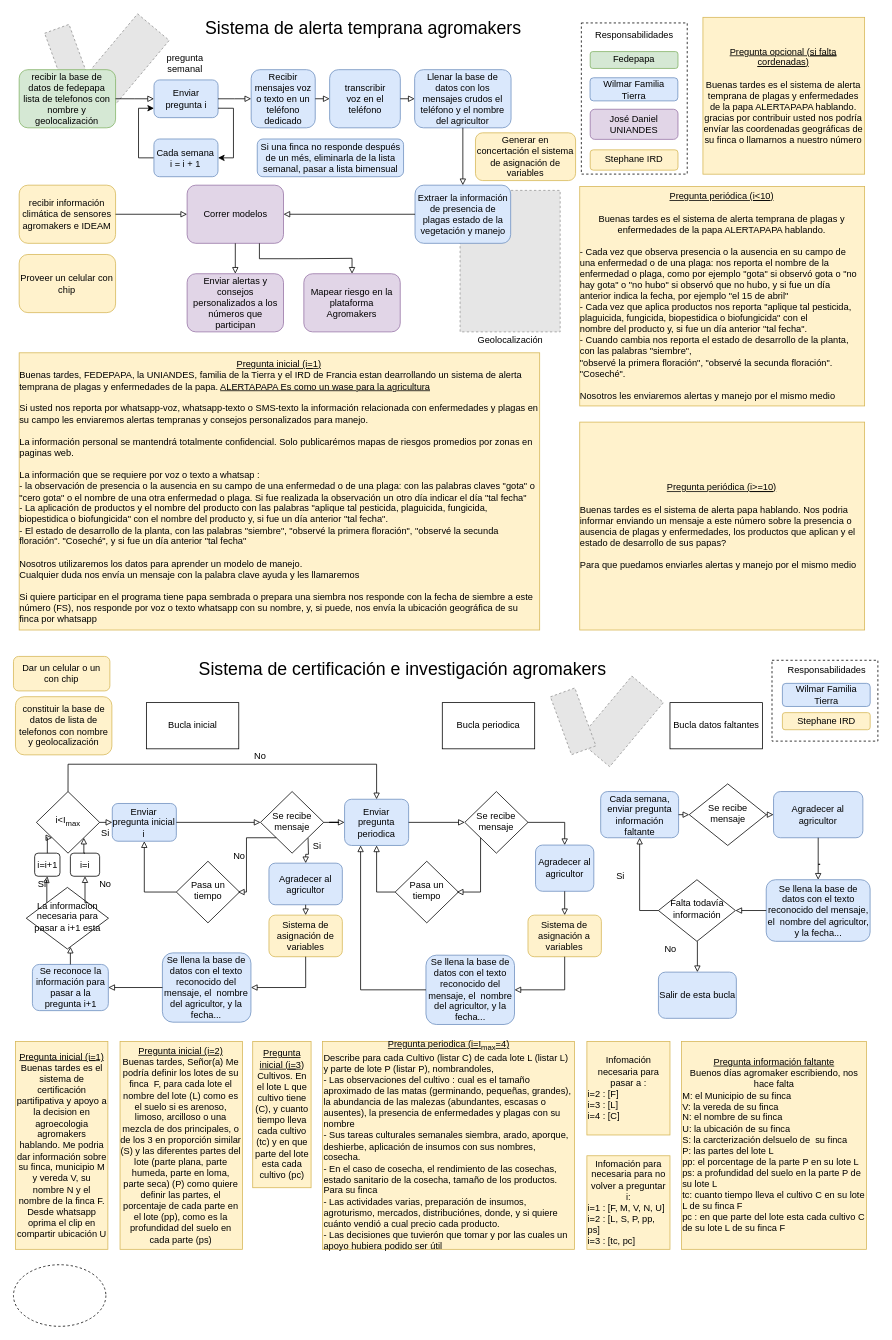
This is AgromakersVoz.drawio from stdupas/agromakersPorVoz, a draw.io file, before an edit. Source tidied: cells renumbered, new cells numbered last; positions are measured from the earlier drawing's top-left corner, leaving out a move shared by most shapes. Both pictures are drawn from the tidied source at 77%, with x=0, y=0 at pixel (13, 17). Pictures stored in the file or linked from it are replaced by grey dashed boxes.
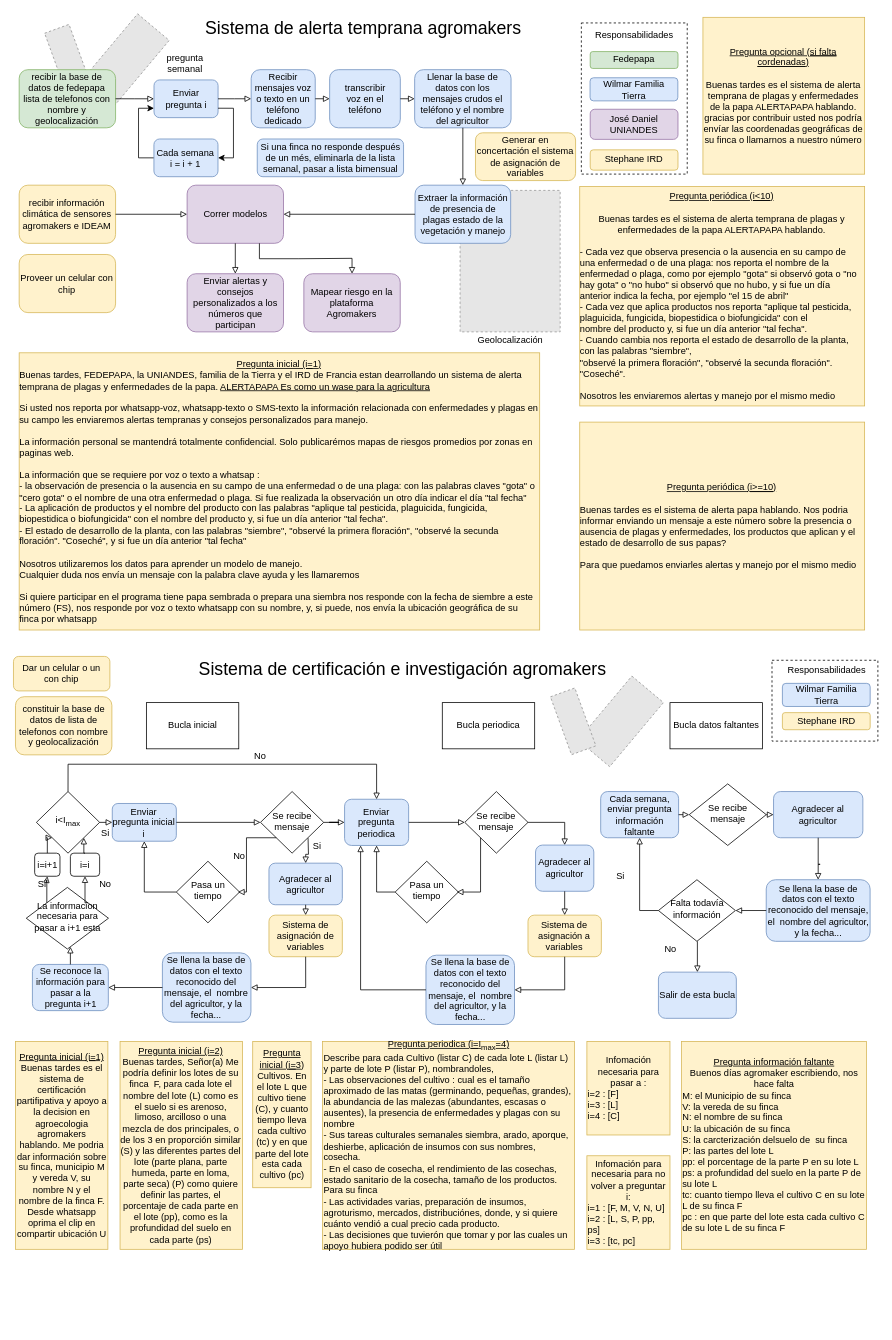
After the change.

The edit, as a diff of the source:
```diff
@@
-    <mxCell id="120" style="ellipse;whiteSpace=wrap;html=1;dashed=1;fillColor=none;" parent="1" vertex="1">
-      <mxGeometry y="1620" width="120" height="80" as="geometry" />
-    </mxCell>
```
